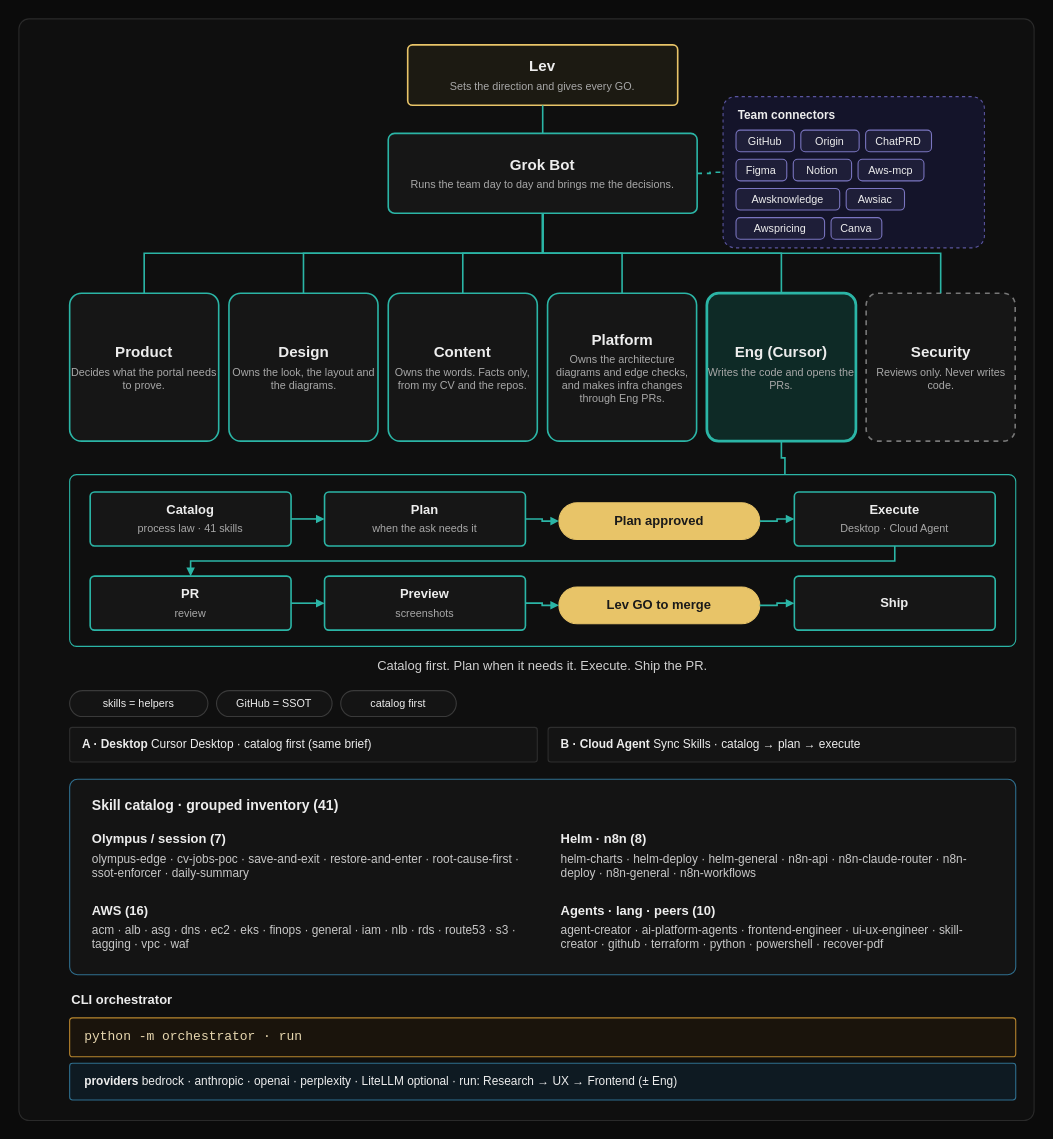
Earlier version of the draw.io diagram olympus/diagrams/olympus-agent-company-cursor-v5.drawio (LevKesha/ai-platform). Source tidied: cells renumbered, new cells numbered last; positions are measured from the earlier drawing's top-left corner, leaving out a move shared by most shapes. Both pictures are drawn from the tidied source at 108%, with x=0, y=0 at pixel (18, 18).
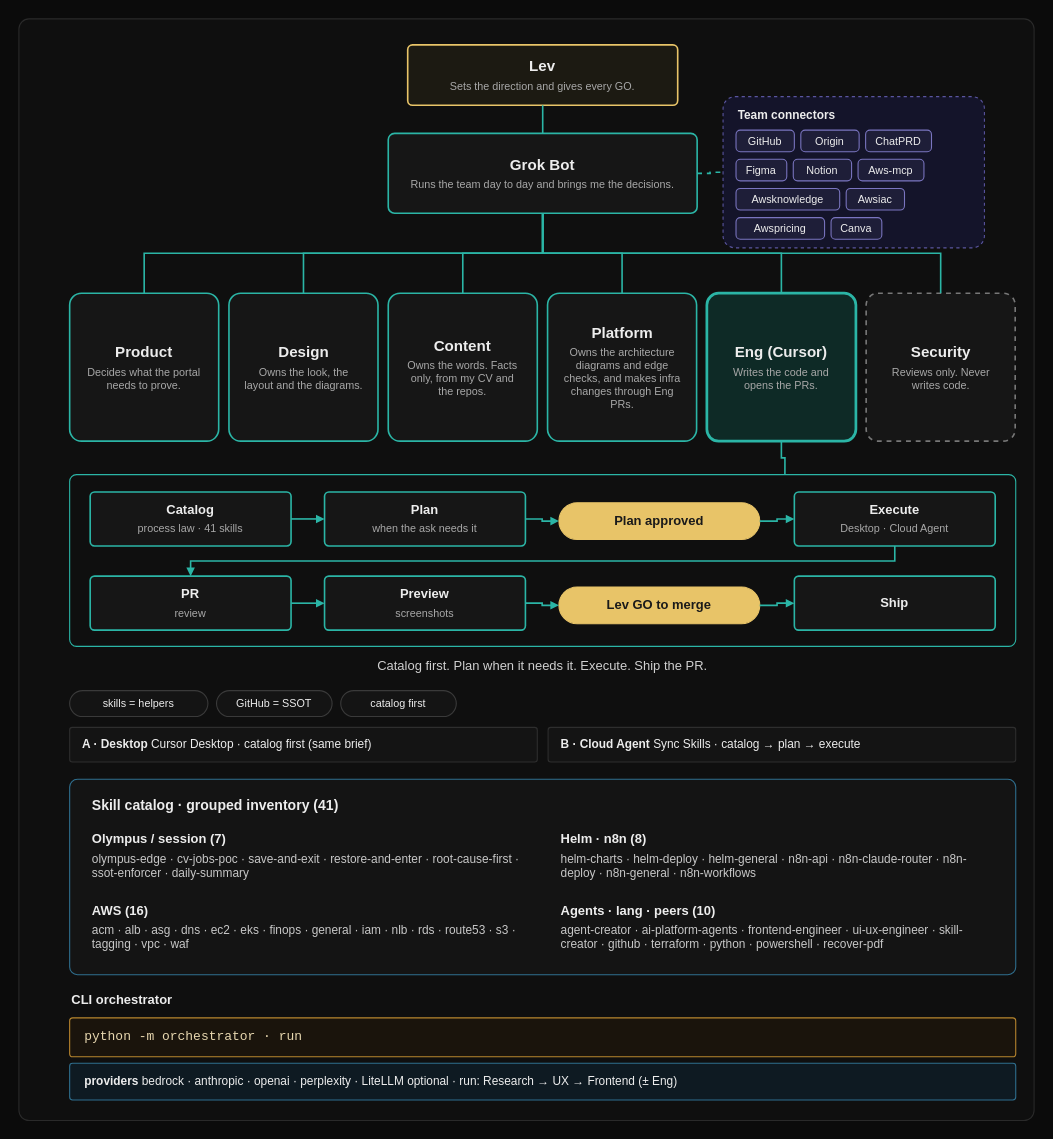
The same page after the edit.

Commit message (it also covers changes not shown here):
Tighten the cursor page copy and role-card padding.

Change to the diagram source:
```diff
@@
-    <mxCell id="19" value="&lt;b style=&quot;font-size:14px;color:#EDEDED&quot;&gt;Product&lt;/b&gt;&lt;div style=&quot;font-size:10px;color:#A8A8A8;margin-top:4px&quot;&gt;Decides what the portal needs to prove.&lt;/div&gt;" style="rounded=1;arcSize=8;whiteSpace=wrap;html=1;fontFamily=Helvetica;fillColor=#161616;strokeColor=#2BB5A6;strokeWidth=1.5;verticalAlign=middle;align=center;" parent="1" vertex="1">
+    <mxCell id="19" value="&lt;b style=&quot;font-size:14px;color:#EDEDED&quot;&gt;Product&lt;/b&gt;&lt;div style=&quot;font-size:10px;color:#A8A8A8;margin-top:4px&quot;&gt;Decides what the portal needs to prove.&lt;/div&gt;" style="rounded=1;arcSize=8;whiteSpace=wrap;html=1;fontFamily=Helvetica;fillColor=#161616;strokeColor=#2BB5A6;strokeWidth=1.5;verticalAlign=middle;align=center;spacingLeft=12;spacingRight=12;" parent="1" vertex="1">
       <mxGeometry x="47" y="254" width="138" height="137" as="geometry" />
     </mxCell>
@@
-    <mxCell id="21" value="&lt;b style=&quot;font-size:14px;color:#EDEDED&quot;&gt;Design&lt;/b&gt;&lt;div style=&quot;font-size:10px;color:#A8A8A8;margin-top:4px&quot;&gt;Owns the look, the layout and the diagrams.&lt;/div&gt;" style="rounded=1;arcSize=8;whiteSpace=wrap;html=1;fontFamily=Helvetica;fillColor=#161616;strokeColor=#2BB5A6;strokeWidth=1.5;verticalAlign=middle;align=center;" parent="1" vertex="1">
+    <mxCell id="21" value="&lt;b style=&quot;font-size:14px;color:#EDEDED&quot;&gt;Design&lt;/b&gt;&lt;div style=&quot;font-size:10px;color:#A8A8A8;margin-top:4px&quot;&gt;Owns the look, the layout and the diagrams.&lt;/div&gt;" style="rounded=1;arcSize=8;whiteSpace=wrap;html=1;fontFamily=Helvetica;fillColor=#161616;strokeColor=#2BB5A6;strokeWidth=1.5;verticalAlign=middle;align=center;spacingLeft=12;spacingRight=12;" parent="1" vertex="1">
       <mxGeometry x="194.5" y="254" width="138" height="137" as="geometry" />
     </mxCell>
@@
-    <mxCell id="23" value="&lt;b style=&quot;font-size:14px;color:#EDEDED&quot;&gt;Content&lt;/b&gt;&lt;div style=&quot;font-size:10px;color:#A8A8A8;margin-top:4px&quot;&gt;Owns the words. Facts only, from my CV and the repos.&lt;/div&gt;" style="rounded=1;arcSize=8;whiteSpace=wrap;html=1;fontFamily=Helvetica;fillColor=#161616;strokeColor=#2BB5A6;strokeWidth=1.5;verticalAlign=middle;align=center;" parent="1" vertex="1">
+    <mxCell id="23" value="&lt;b style=&quot;font-size:14px;color:#EDEDED&quot;&gt;Content&lt;/b&gt;&lt;div style=&quot;font-size:10px;color:#A8A8A8;margin-top:4px&quot;&gt;Owns the words. Facts only, from my CV and the repos.&lt;/div&gt;" style="rounded=1;arcSize=8;whiteSpace=wrap;html=1;fontFamily=Helvetica;fillColor=#161616;strokeColor=#2BB5A6;strokeWidth=1.5;verticalAlign=middle;align=center;spacingLeft=12;spacingRight=12;" parent="1" vertex="1">
       <mxGeometry x="342" y="254" width="138" height="137" as="geometry" />
     </mxCell>
@@
-    <mxCell id="25" value="&lt;b style=&quot;font-size:14px;color:#EDEDED&quot;&gt;Platform&lt;/b&gt;&lt;div style=&quot;font-size:10px;color:#A8A8A8;margin-top:4px&quot;&gt;Owns the architecture diagrams and edge checks, and makes infra changes through Eng PRs.&lt;/div&gt;" style="rounded=1;arcSize=8;whiteSpace=wrap;html=1;fontFamily=Helvetica;fillColor=#161616;strokeColor=#2BB5A6;strokeWidth=1.5;verticalAlign=middle;align=center;" parent="1" vertex="1">
+    <mxCell id="25" value="&lt;b style=&quot;font-size:14px;color:#EDEDED&quot;&gt;Platform&lt;/b&gt;&lt;div style=&quot;font-size:10px;color:#A8A8A8;margin-top:4px&quot;&gt;Owns the architecture diagrams and edge checks, and makes infra changes through Eng PRs.&lt;/div&gt;" style="rounded=1;arcSize=8;whiteSpace=wrap;html=1;fontFamily=Helvetica;fillColor=#161616;strokeColor=#2BB5A6;strokeWidth=1.5;verticalAlign=middle;align=center;spacingLeft=12;spacingRight=12;" parent="1" vertex="1">
       <mxGeometry x="489.5" y="254" width="138" height="137" as="geometry" />
     </mxCell>
@@
-    <mxCell id="27" value="&lt;b style=&quot;font-size:14px;color:#EDEDED&quot;&gt;Eng (Cursor)&lt;/b&gt;&lt;div style=&quot;font-size:10px;color:#A8A8A8;margin-top:4px&quot;&gt;Writes the code and opens the PRs.&lt;/div&gt;" style="rounded=1;arcSize=8;whiteSpace=wrap;html=1;fontFamily=Helvetica;fillColor=#0E2A26;strokeColor=#2BB5A6;strokeWidth=2.5;verticalAlign=middle;align=center;" parent="1" vertex="1">
+    <mxCell id="27" value="&lt;b style=&quot;font-size:14px;color:#EDEDED&quot;&gt;Eng (Cursor)&lt;/b&gt;&lt;div style=&quot;font-size:10px;color:#A8A8A8;margin-top:4px&quot;&gt;Writes the code and opens the PRs.&lt;/div&gt;" style="rounded=1;arcSize=8;whiteSpace=wrap;html=1;fontFamily=Helvetica;fillColor=#0E2A26;strokeColor=#2BB5A6;strokeWidth=2.5;verticalAlign=middle;align=center;spacingLeft=12;spacingRight=12;" parent="1" vertex="1">
       <mxGeometry x="637" y="254" width="138" height="137" as="geometry" />
     </mxCell>
@@
-    <mxCell id="29" value="&lt;b style=&quot;font-size:14px;color:#EDEDED&quot;&gt;Security&lt;/b&gt;&lt;div style=&quot;font-size:10px;color:#A8A8A8;margin-top:4px&quot;&gt;Reviews only. Never writes code.&lt;/div&gt;" style="rounded=1;arcSize=8;whiteSpace=wrap;html=1;fontFamily=Helvetica;fillColor=#161616;strokeColor=#777;strokeWidth=1.5;verticalAlign=middle;align=center;dashed=1;" parent="1" vertex="1">
+    <mxCell id="29" value="&lt;b style=&quot;font-size:14px;color:#EDEDED&quot;&gt;Security&lt;/b&gt;&lt;div style=&quot;font-size:10px;color:#A8A8A8;margin-top:4px&quot;&gt;Reviews only. Never writes code.&lt;/div&gt;" style="rounded=1;arcSize=8;whiteSpace=wrap;html=1;fontFamily=Helvetica;fillColor=#161616;strokeColor=#777;strokeWidth=1.5;verticalAlign=middle;align=center;dashed=1;spacingLeft=12;spacingRight=12;" parent="1" vertex="1">
       <mxGeometry x="784.5" y="254" width="138" height="137" as="geometry" />
     </mxCell>
```
